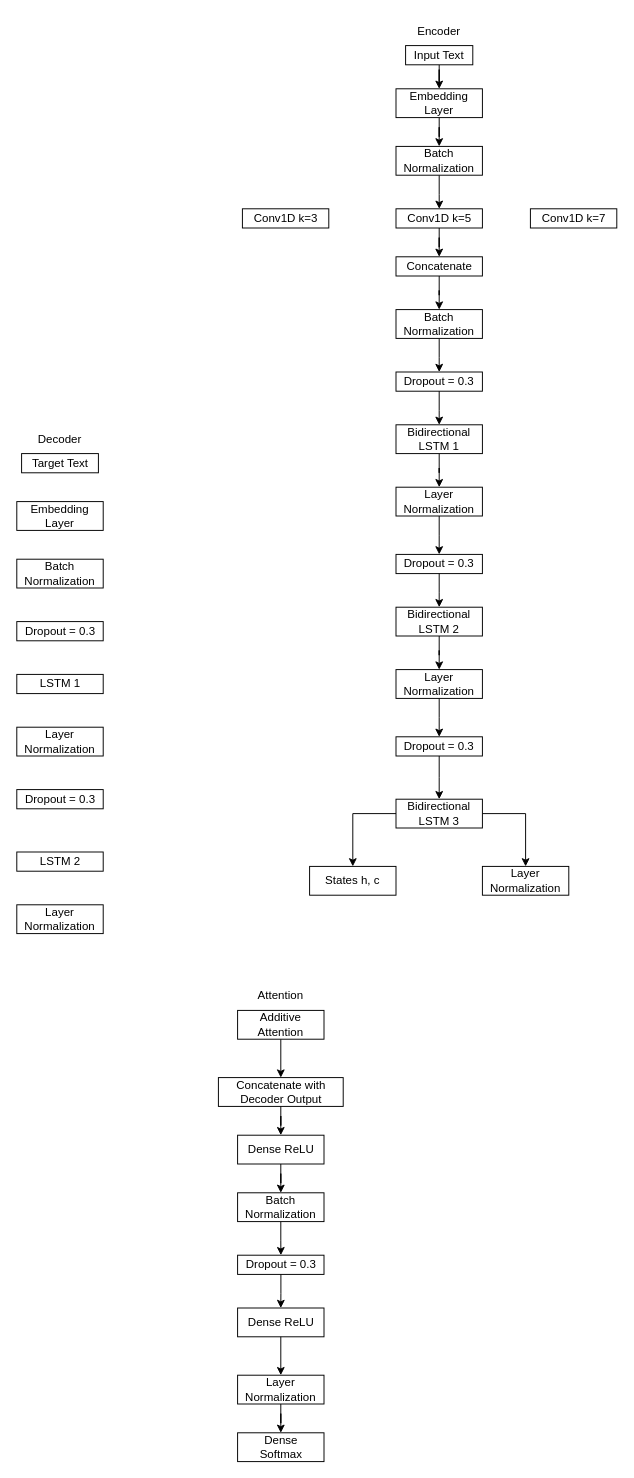
Before: Untitled Diagram.drawio in y-lims/DADS7203_NLP, a draw.io diagram. Source tidied: cells renumbered, new cells numbered last; positions are measured from the earlier drawing's top-left corner, leaving out a move shared by most shapes. Both pictures are drawn from the tidied source at 96%, with x=0, y=0 at pixel (16, 16).
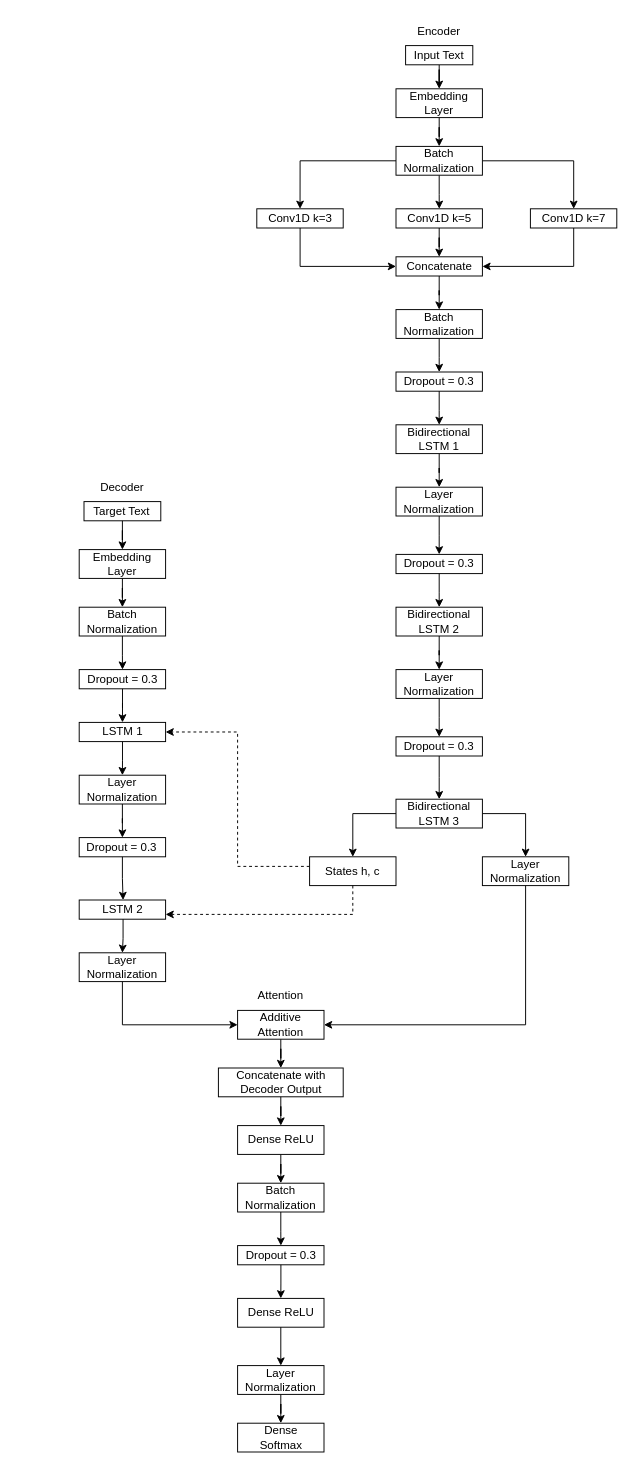
The same diagram, later.

The change refers to these unchanged cells:
```xml
<mxCell id="10" style="rounded=0;whiteSpace=wrap;html=1;" parent="1" vertex="1">
  <mxGeometry x="395" y="135" width="90" height="30" as="geometry" />
</mxCell>
<mxCell id="20" style="rounded=0;whiteSpace=wrap;html=1;" parent="1" vertex="1">
  <mxGeometry x="395" y="250" width="90" height="20" as="geometry" />
</mxCell>
<mxCell id="74" style="rounded=0;whiteSpace=wrap;html=1;" parent="1" vertex="1">
  <mxGeometry x="230" y="1035" width="90" height="30" as="geometry" />
</mxCell>
```

Diff of the diagram source:
```diff
@@
+    <mxCell id="97" style="edgeStyle=orthogonalEdgeStyle;rounded=0;jettySize=auto;html=1;exitX=1;exitY=0.5;exitDx=0;exitDy=0;" parent="1" edge="1" source="10" target="16">
+      <mxGeometry relative="1" as="geometry" />
+    </mxCell>
+    <mxCell id="98" style="edgeStyle=orthogonalEdgeStyle;rounded=0;jettySize=auto;html=1;entryX=0.5;entryY=0;entryDx=0;entryDy=0;" parent="1" edge="1" source="10" target="18">
+      <mxGeometry relative="1" as="geometry" />
+    </mxCell>
@@
+    <mxCell id="99" style="edgeStyle=orthogonalEdgeStyle;rounded=0;jettySize=auto;html=1;entryX=1;entryY=0.5;entryDx=0;entryDy=0;" parent="1" edge="1" source="16" target="20">
+      <mxGeometry relative="1" as="geometry">
+        <Array as="points">
+          <mxPoint x="580" y="260" />
+        </Array>
+      </mxGeometry>
+    </mxCell>
     <mxCell id="16" value="Conv1D k=7" style="text;html=1;align=center;verticalAlign=middle;whiteSpace=wrap;rounded=0;" parent="1" vertex="1">
-      <mxGeometry x="542.5" y="195" width="75" height="30" as="geometry" />
+      <mxGeometry x="543.8" y="200" width="72.5" height="20" as="geometry" />
     </mxCell>
     <mxCell id="17" style="rounded=0;whiteSpace=wrap;html=1;" parent="1" vertex="1">
-      <mxGeometry x="235" y="200" width="90" height="20" as="geometry" />
+      <mxGeometry x="250" y="200" width="90" height="20" as="geometry" />
     </mxCell>
+    <mxCell id="100" style="edgeStyle=orthogonalEdgeStyle;rounded=0;jettySize=auto;html=1;entryX=0;entryY=0.5;entryDx=0;entryDy=0;" parent="1" edge="1" source="18" target="20">
+      <mxGeometry relative="1" as="geometry">
+        <Array as="points">
+          <mxPoint x="295" y="260" />
+        </Array>
+      </mxGeometry>
+    </mxCell>
     <mxCell id="18" value="Conv1D k=3" style="text;html=1;align=center;verticalAlign=middle;whiteSpace=wrap;rounded=0;" parent="1" vertex="1">
-      <mxGeometry x="242.5" y="195" width="75" height="30" as="geometry" />
+      <mxGeometry x="258.8" y="200" width="72.5" height="20" as="geometry" />
     </mxCell>
@@
+    <mxCell id="101" style="edgeStyle=orthogonalEdgeStyle;rounded=0;jettySize=auto;html=1;entryX=1;entryY=0.5;entryDx=0;entryDy=0;dashed=1;" parent="1" edge="1" source="50" target="63">
+      <mxGeometry relative="1" as="geometry">
+        <Array as="points">
+          <mxPoint x="230" y="885" />
+          <mxPoint x="230" y="745" />
+        </Array>
+      </mxGeometry>
+    </mxCell>
     <mxCell id="50" style="rounded=0;whiteSpace=wrap;html=1;" parent="1" vertex="1">
-      <mxGeometry x="305" y="885" width="90" height="30" as="geometry" />
+      <mxGeometry x="305" y="875" width="90" height="30" as="geometry" />
     </mxCell>
+    <mxCell id="102" style="edgeStyle=orthogonalEdgeStyle;rounded=0;jettySize=auto;html=1;exitX=0.5;exitY=1;exitDx=0;exitDy=0;entryX=1;entryY=0.75;entryDx=0;entryDy=0;dashed=1;" parent="1" edge="1" source="51" target="69">
+      <mxGeometry relative="1" as="geometry" />
+    </mxCell>
     <mxCell id="51" value="States h, c" style="text;html=1;align=center;verticalAlign=middle;whiteSpace=wrap;rounded=0;" parent="1" vertex="1">
-      <mxGeometry x="320" y="885" width="60" height="30" as="geometry" />
+      <mxGeometry x="320" y="875" width="60" height="30" as="geometry" />
     </mxCell>
     <mxCell id="52" style="rounded=0;whiteSpace=wrap;html=1;" parent="1" vertex="1">
-      <mxGeometry x="485" y="885" width="90" height="30" as="geometry" />
+      <mxGeometry x="485" y="875" width="90" height="30" as="geometry" />
     </mxCell>
+    <mxCell id="103" style="edgeStyle=orthogonalEdgeStyle;rounded=0;jettySize=auto;html=1;exitX=0.5;exitY=1;exitDx=0;exitDy=0;entryX=1;entryY=0.5;entryDx=0;entryDy=0;" parent="1" edge="1" source="53" target="74">
+      <mxGeometry relative="1" as="geometry" />
+    </mxCell>
     <mxCell id="53" value="Layer Normalization" style="text;html=1;align=center;verticalAlign=middle;whiteSpace=wrap;rounded=0;" parent="1" vertex="1">
-      <mxGeometry x="500" y="885" width="60" height="30" as="geometry" />
+      <mxGeometry x="500" y="875" width="60" height="30" as="geometry" />
     </mxCell>
     <mxCell id="54" style="rounded=0;whiteSpace=wrap;html=1;" parent="1" vertex="1">
-      <mxGeometry x="5" y="455" width="80" height="20" as="geometry" />
+      <mxGeometry x="70" y="505" width="80" height="20" as="geometry" />
     </mxCell>
+    <mxCell id="104" style="edgeStyle=orthogonalEdgeStyle;rounded=0;jettySize=auto;html=1;entryX=0.5;entryY=0;entryDx=0;entryDy=0;" parent="1" edge="1" source="55" target="58">
+      <mxGeometry relative="1" as="geometry" />
+    </mxCell>
     <mxCell id="55" value="Target Text" style="text;html=1;align=center;verticalAlign=middle;whiteSpace=wrap;rounded=0;" parent="1" vertex="1">
-      <mxGeometry x="12.5" y="450" width="65" height="30" as="geometry" />
+      <mxGeometry x="79.4" y="505" width="61.2" height="20" as="geometry" />
     </mxCell>
     <mxCell id="56" value="Decoder" style="text;html=1;align=center;verticalAlign=middle;whiteSpace=wrap;rounded=0;" parent="1" vertex="1">
-      <mxGeometry x="15" y="425" width="60" height="30" as="geometry" />
+      <mxGeometry x="80" y="475" width="60" height="30" as="geometry" />
     </mxCell>
     <mxCell id="57" style="rounded=0;whiteSpace=wrap;html=1;" parent="1" vertex="1">
-      <mxGeometry y="505" width="90" height="30" as="geometry" />
+      <mxGeometry x="65" y="555" width="90" height="30" as="geometry" />
     </mxCell>
+    <mxCell id="105" style="edgeStyle=orthogonalEdgeStyle;rounded=0;jettySize=auto;html=1;entryX=0.5;entryY=0;entryDx=0;entryDy=0;" parent="1" edge="1" source="58" target="60">
+      <mxGeometry relative="1" as="geometry" />
+    </mxCell>
     <mxCell id="58" value="Embedding Layer" style="text;html=1;align=center;verticalAlign=middle;whiteSpace=wrap;rounded=0;" parent="1" vertex="1">
-      <mxGeometry x="15" y="505" width="60" height="30" as="geometry" />
+      <mxGeometry x="80" y="555" width="60" height="30" as="geometry" />
     </mxCell>
     <mxCell id="59" style="rounded=0;whiteSpace=wrap;html=1;" parent="1" vertex="1">
-      <mxGeometry y="565" width="90" height="30" as="geometry" />
+      <mxGeometry x="65" y="615" width="90" height="30" as="geometry" />
     </mxCell>
+    <mxCell id="106" style="edgeStyle=orthogonalEdgeStyle;rounded=0;jettySize=auto;html=1;" parent="1" edge="1" source="60" target="62">
+      <mxGeometry relative="1" as="geometry" />
+    </mxCell>
     <mxCell id="60" value="Batch Normalization" style="text;html=1;align=center;verticalAlign=middle;whiteSpace=wrap;rounded=0;" parent="1" vertex="1">
-      <mxGeometry x="15" y="565" width="60" height="30" as="geometry" />
+      <mxGeometry x="80" y="615" width="60" height="30" as="geometry" />
     </mxCell>
     <mxCell id="61" style="rounded=0;whiteSpace=wrap;html=1;" parent="1" vertex="1">
-      <mxGeometry y="630" width="90" height="20" as="geometry" />
+      <mxGeometry x="65" y="680" width="90" height="20" as="geometry" />
     </mxCell>
+    <mxCell id="107" style="edgeStyle=orthogonalEdgeStyle;rounded=0;jettySize=auto;html=1;" parent="1" edge="1" source="62" target="64">
+      <mxGeometry relative="1" as="geometry" />
+    </mxCell>
     <mxCell id="62" value="Dropout = 0.3" style="text;html=1;align=center;verticalAlign=middle;whiteSpace=wrap;rounded=0;" parent="1" vertex="1">
-      <mxGeometry x="2.5" y="625" width="85" height="30" as="geometry" />
+      <mxGeometry x="68.8" y="680" width="82.5" height="20" as="geometry" />
     </mxCell>
     <mxCell id="63" style="rounded=0;whiteSpace=wrap;html=1;" parent="1" vertex="1">
-      <mxGeometry y="685" width="90" height="20" as="geometry" />
+      <mxGeometry x="65" y="735" width="90" height="20" as="geometry" />
     </mxCell>
+    <mxCell id="108" style="edgeStyle=orthogonalEdgeStyle;rounded=0;jettySize=auto;html=1;entryX=0.5;entryY=0;entryDx=0;entryDy=0;" parent="1" edge="1" source="64" target="66">
+      <mxGeometry relative="1" as="geometry" />
+    </mxCell>
     <mxCell id="64" value="LSTM 1" style="text;html=1;align=center;verticalAlign=middle;whiteSpace=wrap;rounded=0;" parent="1" vertex="1">
-      <mxGeometry x="2.5" y="680" width="85" height="30" as="geometry" />
+      <mxGeometry x="68.8" y="735" width="82.5" height="20" as="geometry" />
     </mxCell>
     <mxCell id="65" style="rounded=0;whiteSpace=wrap;html=1;" parent="1" vertex="1">
-      <mxGeometry y="740" width="90" height="30" as="geometry" />
+      <mxGeometry x="65" y="790" width="90" height="30" as="geometry" />
     </mxCell>
+    <mxCell id="109" style="edgeStyle=orthogonalEdgeStyle;rounded=0;jettySize=auto;html=1;entryX=0.5;entryY=0;entryDx=0;entryDy=0;" parent="1" edge="1" source="66" target="68">
+      <mxGeometry relative="1" as="geometry" />
+    </mxCell>
     <mxCell id="66" value="Layer Normalization" style="text;html=1;align=center;verticalAlign=middle;whiteSpace=wrap;rounded=0;" parent="1" vertex="1">
-      <mxGeometry x="15" y="740" width="60" height="30" as="geometry" />
+      <mxGeometry x="80" y="790" width="60" height="30" as="geometry" />
     </mxCell>
     <mxCell id="67" style="rounded=0;whiteSpace=wrap;html=1;" parent="1" vertex="1">
-      <mxGeometry y="805" width="90" height="20" as="geometry" />
+      <mxGeometry x="65" y="855" width="90" height="20" as="geometry" />
     </mxCell>
+    <mxCell id="110" style="edgeStyle=orthogonalEdgeStyle;rounded=0;jettySize=auto;html=1;" parent="1" edge="1" source="68" target="70">
+      <mxGeometry relative="1" as="geometry" />
+    </mxCell>
     <mxCell id="68" value="Dropout = 0.3" style="text;html=1;align=center;verticalAlign=middle;whiteSpace=wrap;rounded=0;" parent="1" vertex="1">
-      <mxGeometry x="2.5" y="800" width="85" height="30" as="geometry" />
+      <mxGeometry x="69.4" y="855" width="81.2" height="20" as="geometry" />
     </mxCell>
     <mxCell id="69" style="rounded=0;whiteSpace=wrap;html=1;" parent="1" vertex="1">
-      <mxGeometry y="870" width="90" height="20" as="geometry" />
+      <mxGeometry x="65" y="920" width="90" height="20" as="geometry" />
     </mxCell>
+    <mxCell id="111" style="edgeStyle=orthogonalEdgeStyle;rounded=0;jettySize=auto;html=1;entryX=0.5;entryY=0;entryDx=0;entryDy=0;" parent="1" edge="1" source="70" target="72">
+      <mxGeometry relative="1" as="geometry" />
+    </mxCell>
     <mxCell id="70" value="LSTM 2" style="text;html=1;align=center;verticalAlign=middle;whiteSpace=wrap;rounded=0;" parent="1" vertex="1">
-      <mxGeometry x="2.5" y="865" width="85" height="30" as="geometry" />
+      <mxGeometry x="69.4" y="920" width="82.5" height="20" as="geometry" />
     </mxCell>
     <mxCell id="71" style="rounded=0;whiteSpace=wrap;html=1;" parent="1" vertex="1">
-      <mxGeometry y="925" width="90" height="30" as="geometry" />
+      <mxGeometry x="65" y="975" width="90" height="30" as="geometry" />
     </mxCell>
+    <mxCell id="112" style="edgeStyle=orthogonalEdgeStyle;rounded=0;jettySize=auto;html=1;exitX=0.5;exitY=1;exitDx=0;exitDy=0;entryX=0;entryY=0.5;entryDx=0;entryDy=0;" parent="1" edge="1" source="72" target="74">
+      <mxGeometry relative="1" as="geometry" />
+    </mxCell>
     <mxCell id="72" value="Layer Normalization" style="text;html=1;align=center;verticalAlign=middle;whiteSpace=wrap;rounded=0;" parent="1" vertex="1">
-      <mxGeometry x="15" y="925" width="60" height="30" as="geometry" />
+      <mxGeometry x="80" y="975" width="60" height="30" as="geometry" />
     </mxCell>
@@
     <mxCell id="77" style="rounded=0;whiteSpace=wrap;html=1;" parent="1" vertex="1">
-      <mxGeometry x="210" y="1105" width="130" height="30" as="geometry" />
+      <mxGeometry x="210" y="1095" width="130" height="30" as="geometry" />
     </mxCell>
@@
     <mxCell id="79" value="Concatenate with Decoder Output" style="text;html=1;align=center;verticalAlign=middle;whiteSpace=wrap;rounded=0;" parent="1" vertex="1">
-      <mxGeometry x="227.5" y="1105" width="95" height="30" as="geometry" />
+      <mxGeometry x="227.5" y="1095" width="95" height="30" as="geometry" />
     </mxCell>
@@
     <mxCell id="81" style="rounded=0;whiteSpace=wrap;html=1;" parent="1" vertex="1">
-      <mxGeometry x="230" y="1165" width="90" height="30" as="geometry" />
+      <mxGeometry x="230" y="1155" width="90" height="30" as="geometry" />
     </mxCell>
     <mxCell id="82" value="Dense ReLU" style="text;html=1;align=center;verticalAlign=middle;whiteSpace=wrap;rounded=0;" parent="1" vertex="1">
-      <mxGeometry x="237.5" y="1165" width="75" height="30" as="geometry" />
+      <mxGeometry x="237.5" y="1155" width="75" height="30" as="geometry" />
     </mxCell>
@@
     <mxCell id="84" style="rounded=0;whiteSpace=wrap;html=1;" parent="1" vertex="1">
-      <mxGeometry x="230" y="1225" width="90" height="30" as="geometry" />
+      <mxGeometry x="230" y="1215" width="90" height="30" as="geometry" />
     </mxCell>
     <mxCell id="85" value="Batch Normalization" style="text;html=1;align=center;verticalAlign=middle;whiteSpace=wrap;rounded=0;" parent="1" vertex="1">
-      <mxGeometry x="245" y="1225" width="60" height="30" as="geometry" />
+      <mxGeometry x="245" y="1215" width="60" height="30" as="geometry" />
     </mxCell>
     <mxCell id="86" style="rounded=0;whiteSpace=wrap;html=1;" parent="1" vertex="1">
-      <mxGeometry x="230" y="1290" width="90" height="20" as="geometry" />
+      <mxGeometry x="230" y="1280" width="90" height="20" as="geometry" />
     </mxCell>
@@
     <mxCell id="88" value="Dropout = 0.3" style="text;html=1;align=center;verticalAlign=middle;whiteSpace=wrap;rounded=0;" parent="1" vertex="1">
-      <mxGeometry x="233.8" y="1290" width="82.5" height="20" as="geometry" />
+      <mxGeometry x="233.8" y="1280" width="82.5" height="20" as="geometry" />
     </mxCell>
     <mxCell id="89" style="rounded=0;whiteSpace=wrap;html=1;" parent="1" vertex="1">
-      <mxGeometry x="230" y="1345" width="90" height="30" as="geometry" />
+      <mxGeometry x="230" y="1335" width="90" height="30" as="geometry" />
     </mxCell>
@@
     <mxCell id="91" value="Dense ReLU" style="text;html=1;align=center;verticalAlign=middle;whiteSpace=wrap;rounded=0;" parent="1" vertex="1">
-      <mxGeometry x="237.5" y="1345" width="75" height="30" as="geometry" />
+      <mxGeometry x="237.5" y="1335" width="75" height="30" as="geometry" />
     </mxCell>
@@
     <mxCell id="93" style="rounded=0;whiteSpace=wrap;html=1;" parent="1" vertex="1">
-      <mxGeometry x="230" y="1415" width="90" height="30" as="geometry" />
+      <mxGeometry x="230" y="1405" width="90" height="30" as="geometry" />
     </mxCell>
     <mxCell id="94" value="Layer Normalization" style="text;html=1;align=center;verticalAlign=middle;whiteSpace=wrap;rounded=0;" parent="1" vertex="1">
-      <mxGeometry x="245" y="1415" width="60" height="30" as="geometry" />
+      <mxGeometry x="245" y="1405" width="60" height="30" as="geometry" />
     </mxCell>
     <mxCell id="95" style="rounded=0;whiteSpace=wrap;html=1;" parent="1" vertex="1">
-      <mxGeometry x="230" y="1475" width="90" height="30" as="geometry" />
+      <mxGeometry x="230" y="1465" width="90" height="30" as="geometry" />
     </mxCell>
     <mxCell id="96" value="Dense Softmax" style="text;html=1;align=center;verticalAlign=middle;whiteSpace=wrap;rounded=0;" parent="1" vertex="1">
-      <mxGeometry x="237.5" y="1475" width="75" height="30" as="geometry" />
+      <mxGeometry x="237.5" y="1465" width="75" height="30" as="geometry" />
     </mxCell>
```
